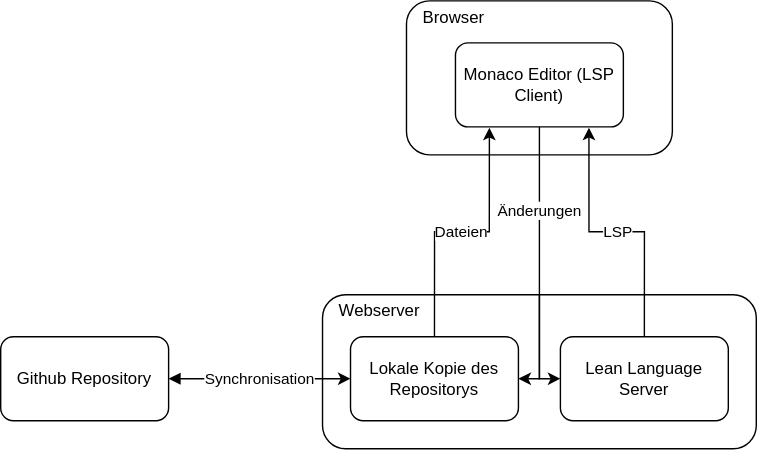
This is Plakat_Regio/livelean.drawio.svg from Bergschaf/banach-tarski, a draw.io export, as it was before one commit. Source tidied: cells renumbered, new cells last; positions are measured from the earlier drawing's top-left corner, leaving out a move shared by most shapes. Its diagram source:
```xml
<mxGraphModel>
  <root>
    <mxCell id="0" />
    <mxCell id="1" parent="0" />
    <mxCell id="2" value="&lt;div style=&quot;&quot;&gt;&lt;span style=&quot;background-color: initial;&quot;&gt;&amp;nbsp; &amp;nbsp;Webserver&lt;/span&gt;&lt;/div&gt;&lt;br&gt;&lt;br&gt;&lt;br&gt;&lt;br&gt;&lt;br&gt;&lt;br&gt;" style="rounded=1;whiteSpace=wrap;html=1;align=left;fillColor=none;" parent="1" vertex="1">
      <mxGeometry x="230" y="210" width="310" height="110" as="geometry" />
    </mxCell>
    <mxCell id="3" value="Lean Language Server" style="rounded=1;whiteSpace=wrap;html=1;fillColor=none;" parent="1" vertex="1">
      <mxGeometry x="400" y="240" width="120" height="60" as="geometry" />
    </mxCell>
    <mxCell id="4" value="Synchronisation" style="edgeStyle=orthogonalEdgeStyle;rounded=0;jettySize=auto;html=1;exitX=1;exitY=0.5;exitDx=0;exitDy=0;entryX=0;entryY=0.5;entryDx=0;entryDy=0;startArrow=block;startFill=1;" parent="1" edge="1" source="5" target="9">
      <mxGeometry relative="1" as="geometry" />
    </mxCell>
    <mxCell id="5" value="Github Repository" style="rounded=1;whiteSpace=wrap;html=1;fillColor=none;" parent="1" vertex="1">
      <mxGeometry y="240" width="120" height="60" as="geometry" />
    </mxCell>
    <mxCell id="6" value="&lt;div style=&quot;&quot;&gt;&lt;span style=&quot;background-color: initial;&quot;&gt;&amp;nbsp; &amp;nbsp;Browser&lt;/span&gt;&lt;/div&gt;&lt;br&gt;&lt;br&gt;&lt;br&gt;&lt;br&gt;&lt;br&gt;&lt;br&gt;" style="rounded=1;whiteSpace=wrap;html=1;align=left;fillColor=none;" parent="1" vertex="1">
      <mxGeometry x="290" width="190" height="110" as="geometry" />
    </mxCell>
    <mxCell id="7" value="Änderungen" style="edgeStyle=orthogonalEdgeStyle;shape=connector;rounded=0;jettySize=auto;html=1;exitX=0.5;exitY=1;exitDx=0;exitDy=0;entryX=0.5;entryY=0;entryDx=0;entryDy=0;labelBackgroundColor=default;strokeColor=default;align=center;verticalAlign=middle;fontFamily=Helvetica;fontSize=11;fontColor=default;startArrow=none;startFill=0;endArrow=none;endFill=0;" parent="1" edge="1" source="8" target="2">
      <mxGeometry relative="1" as="geometry" />
    </mxCell>
    <mxCell id="8" value="Monaco Editor (LSP Client)" style="rounded=1;whiteSpace=wrap;html=1;fillColor=none;" parent="1" vertex="1">
      <mxGeometry x="325" y="30" width="120" height="60" as="geometry" />
    </mxCell>
    <mxCell id="9" value="Lokale Kopie des Repositorys" style="rounded=1;whiteSpace=wrap;html=1;fillColor=none;" parent="1" vertex="1">
      <mxGeometry x="250" y="240" width="120" height="60" as="geometry" />
    </mxCell>
    <mxCell id="10" style="edgeStyle=orthogonalEdgeStyle;shape=connector;rounded=0;jettySize=auto;html=1;exitX=0.5;exitY=0;exitDx=0;exitDy=0;labelBackgroundColor=default;strokeColor=default;align=center;verticalAlign=middle;fontFamily=Helvetica;fontSize=11;fontColor=default;startArrow=none;startFill=0;endArrow=classic;entryX=1;entryY=0.5;entryDx=0;entryDy=0;" parent="1" edge="1" source="2" target="9">
      <mxGeometry relative="1" as="geometry">
        <Array as="points">
          <mxPoint x="385" y="270" />
        </Array>
      </mxGeometry>
    </mxCell>
    <mxCell id="11" style="edgeStyle=orthogonalEdgeStyle;shape=connector;rounded=0;orthogonalLoop=1;jettySize=auto;html=1;exitX=0.5;exitY=0;exitDx=0;exitDy=0;labelBackgroundColor=default;strokeColor=default;align=center;verticalAlign=middle;fontFamily=Helvetica;fontSize=11;fontColor=default;startArrow=none;startFill=0;endArrow=classic;entryX=1;entryY=0.5;entryDx=0;entryDy=0;" parent="1" edge="1">
      <mxGeometry relative="1" as="geometry">
        <mxPoint x="385" y="210" as="sourcePoint" />
        <mxPoint x="400" y="270" as="targetPoint" />
        <Array as="points">
          <mxPoint x="385" y="270" />
        </Array>
      </mxGeometry>
    </mxCell>
    <mxCell id="12" value="LSP" style="endArrow=classic;html=1;rounded=0;labelBackgroundColor=default;strokeColor=default;align=center;verticalAlign=middle;fontFamily=Helvetica;fontSize=11;fontColor=default;shape=connector;edgeStyle=orthogonalEdgeStyle;exitX=0.5;exitY=0;exitDx=0;exitDy=0;entryX=0.795;entryY=1.01;entryDx=0;entryDy=0;entryPerimeter=0;" parent="1" edge="1" source="3" target="8">
      <mxGeometry relative="1" as="geometry" />
    </mxCell>
    <mxCell id="13" value="Dateien" style="endArrow=classic;html=1;rounded=0;labelBackgroundColor=default;strokeColor=default;align=center;verticalAlign=middle;fontFamily=Helvetica;fontSize=11;fontColor=default;shape=connector;edgeStyle=orthogonalEdgeStyle;entryX=0.202;entryY=1.01;entryDx=0;entryDy=0;entryPerimeter=0;exitX=0.5;exitY=0;exitDx=0;exitDy=0;" parent="1" edge="1" source="9" target="8">
      <mxGeometry relative="1" as="geometry" />
    </mxCell>
  </root>
</mxGraphModel>
```
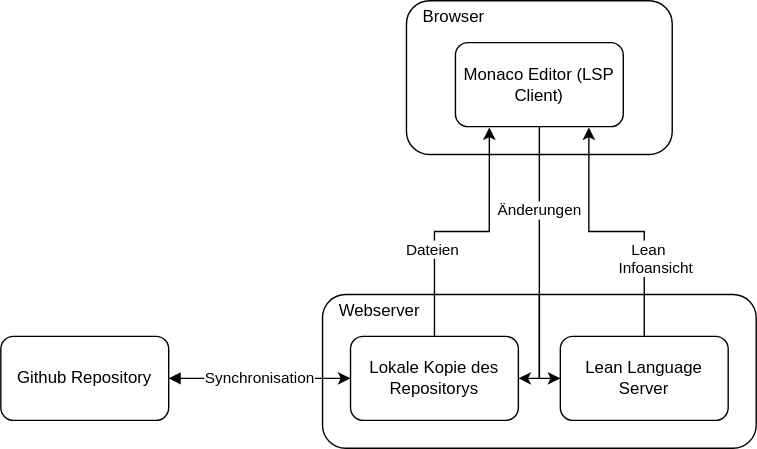
The same file after the commit.

Diff of the diagram source:
```diff
@@ -42,10 +42,10 @@
         </Array>
       </mxGeometry>
     </mxCell>
-    <mxCell id="12" value="LSP" style="endArrow=classic;html=1;rounded=0;labelBackgroundColor=default;strokeColor=default;align=center;verticalAlign=middle;fontFamily=Helvetica;fontSize=11;fontColor=default;shape=connector;edgeStyle=orthogonalEdgeStyle;exitX=0.5;exitY=0;exitDx=0;exitDy=0;entryX=0.795;entryY=1.01;entryDx=0;entryDy=0;entryPerimeter=0;" parent="1" edge="1" source="3" target="8">
+    <mxCell id="12" value="&amp;nbsp; &amp;nbsp;Lean&lt;br&gt;Infoansicht" style="endArrow=classic;html=1;rounded=0;labelBackgroundColor=default;strokeColor=default;align=left;verticalAlign=top;fontFamily=Helvetica;fontSize=11;fontColor=default;shape=connector;edgeStyle=orthogonalEdgeStyle;exitX=0.5;exitY=0;exitDx=0;exitDy=0;entryX=0.795;entryY=1.01;entryDx=0;entryDy=0;entryPerimeter=0;labelPosition=right;verticalLabelPosition=bottom;" parent="1" edge="1" source="3" target="8">
       <mxGeometry relative="1" as="geometry" />
     </mxCell>
-    <mxCell id="13" value="Dateien" style="endArrow=classic;html=1;rounded=0;labelBackgroundColor=default;strokeColor=default;align=center;verticalAlign=middle;fontFamily=Helvetica;fontSize=11;fontColor=default;shape=connector;edgeStyle=orthogonalEdgeStyle;entryX=0.202;entryY=1.01;entryDx=0;entryDy=0;entryPerimeter=0;exitX=0.5;exitY=0;exitDx=0;exitDy=0;" parent="1" edge="1" source="9" target="8">
+    <mxCell id="13" value="Dateien" style="endArrow=classic;html=1;rounded=0;labelBackgroundColor=default;strokeColor=default;align=right;verticalAlign=top;fontFamily=Helvetica;fontSize=11;fontColor=default;shape=connector;edgeStyle=orthogonalEdgeStyle;entryX=0.202;entryY=1.01;entryDx=0;entryDy=0;entryPerimeter=0;exitX=0.5;exitY=0;exitDx=0;exitDy=0;labelPosition=left;verticalLabelPosition=bottom;" parent="1" edge="1" source="9" target="8">
       <mxGeometry relative="1" as="geometry" />
     </mxCell>
   </root>
```
